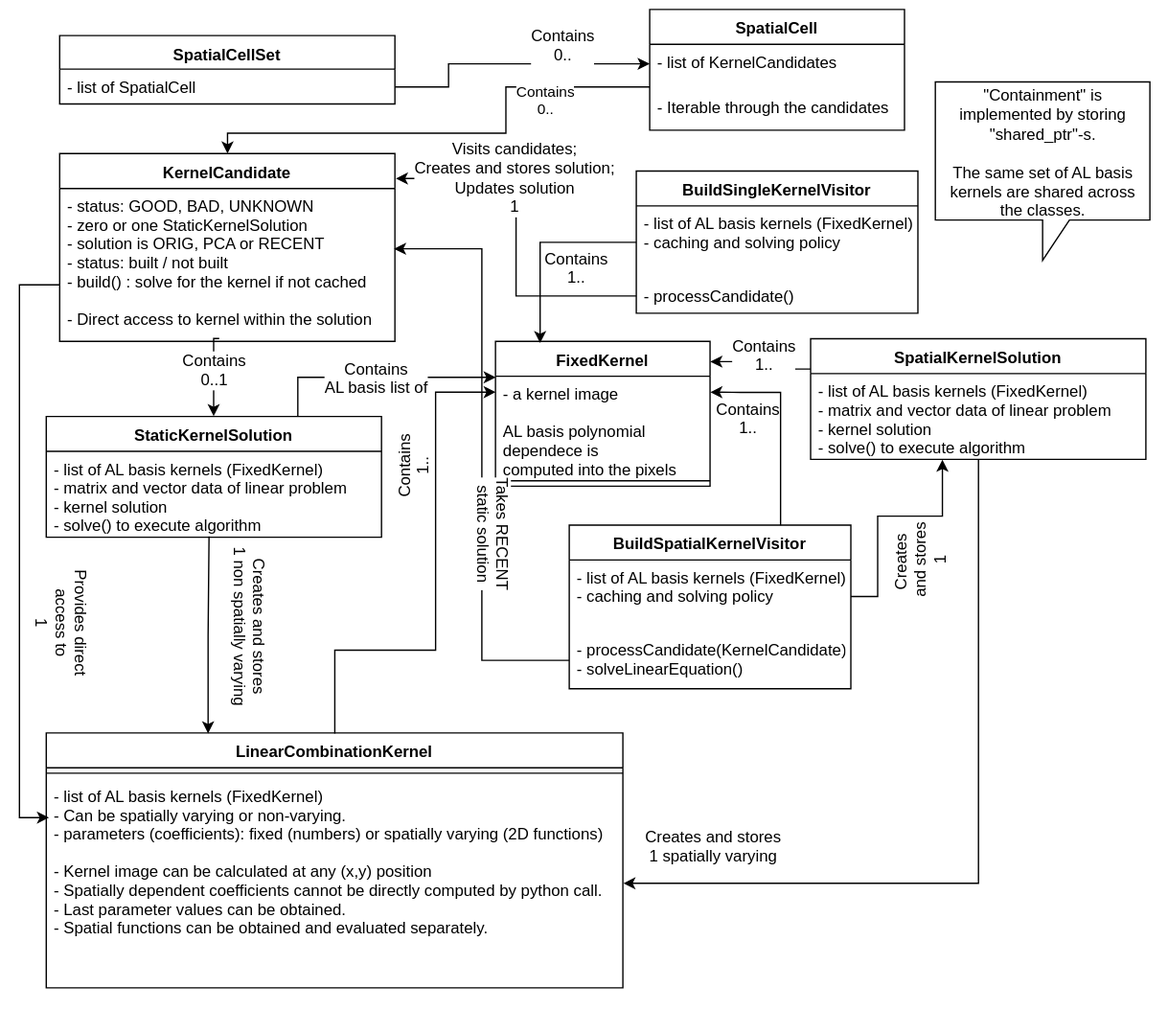
lsst-dm/diffimTests keeps this draw.io diagram as tickets/DM-19443_visualize_coefficients/AL_kernel_solution_classes.svg. Above is the earlier version. Source tidied: cells renumbered, new cells last; positions are measured from the earlier drawing's top-left corner, leaving out a move shared by most shapes.
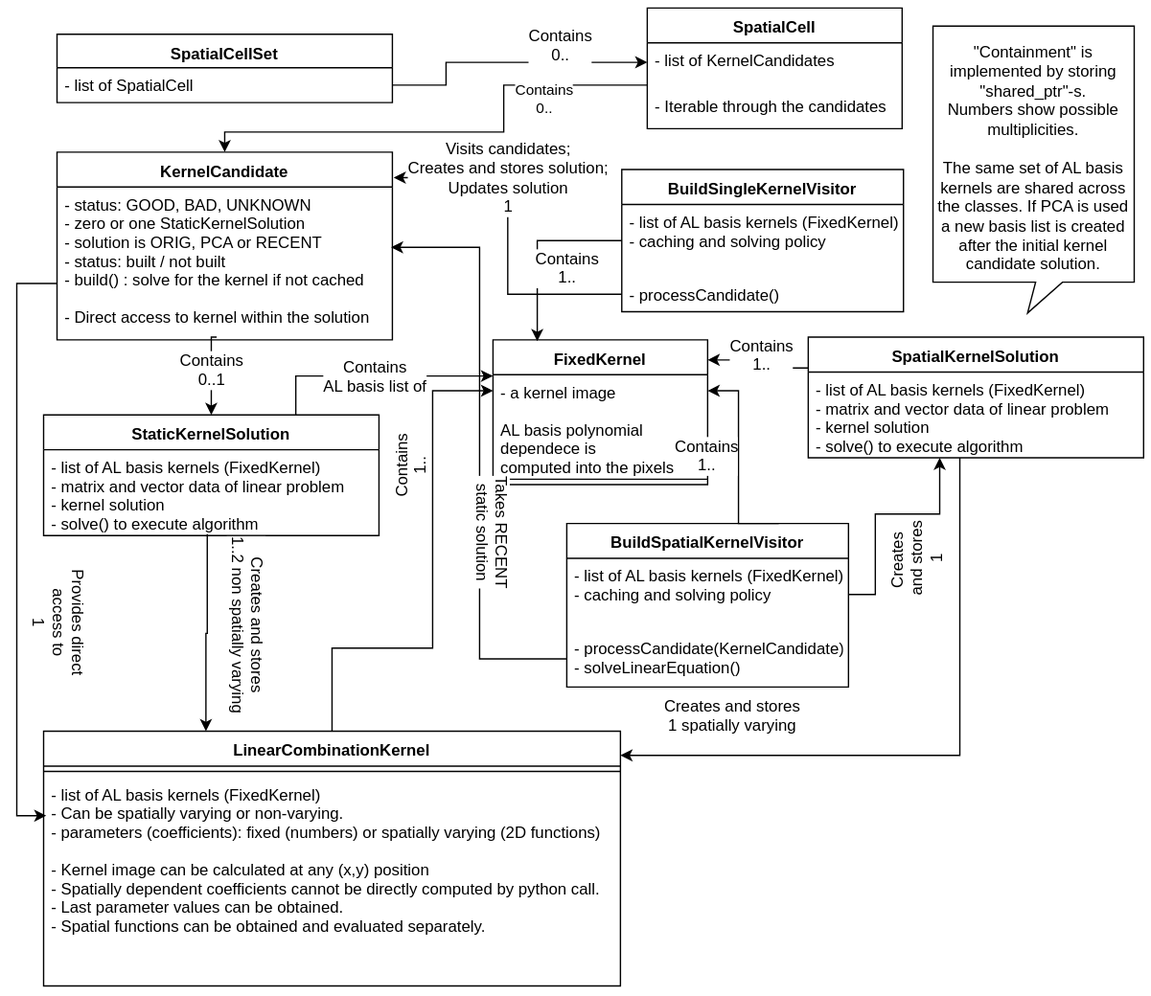
After the change.

Commit message:
Update of AL_kernel_solution_classes diagram. Final for DM-19443

The edit, as a diff of the source:
```diff
@@ -24,7 +24,7 @@
       <mxGeometry y="34" width="430" height="156" as="geometry" />
     </mxCell>
     <mxCell id="9" value="BuildSingleKernelVisitor" style="swimlane;fontStyle=1;align=center;verticalAlign=top;horizontal=1;startSize=26;" parent="1" vertex="1">
-      <mxGeometry x="460" y="121" width="210" height="106" as="geometry" />
+      <mxGeometry x="451" y="121" width="210" height="106" as="geometry" />
     </mxCell>
     <mxCell id="10" value="- list of AL basis kernels (FixedKernel)&#10;- caching and solving policy&#10;" style="text;strokeColor=none;fillColor=none;align=left;verticalAlign=top;spacingLeft=4;spacingRight=4;overflow=hidden;points=[[0,0.5],[1,0.5]];portConstraint=eastwest;" parent="9" vertex="1">
       <mxGeometry y="26" width="210" height="54" as="geometry" />
@@ -110,8 +110,12 @@
     <mxCell id="30" value="- processCandidate(KernelCandidate)&#10;- solveLinearEquation()&#10;" style="text;strokeColor=none;fillColor=none;align=left;verticalAlign=top;spacingLeft=4;spacingRight=4;overflow=hidden;points=[[0,0.5],[1,0.5]];portConstraint=eastwest;" parent="28" vertex="1">
       <mxGeometry y="80" width="210" height="42" as="geometry" />
     </mxCell>
-    <mxCell id="31" value="Creates and stores&lt;br&gt;1 spatially varying&lt;br style=&quot;font-size: 12px&quot;&gt;" style="edgeStyle=orthogonalEdgeStyle;rounded=0;jettySize=auto;html=1;entryX=1;entryY=0.5;entryDx=0;entryDy=0;fontSize=12;" parent="1" edge="1" source="34" target="8">
-      <mxGeometry x="0.77" y="-28" relative="1" as="geometry" />
+    <mxCell id="31" value="Creates and stores&lt;br&gt;1 spatially varying&lt;br style=&quot;font-size: 12px&quot;&gt;" style="edgeStyle=orthogonalEdgeStyle;rounded=0;jettySize=auto;html=1;entryX=1;entryY=0.095;entryDx=0;entryDy=0;fontSize=12;entryPerimeter=0;" parent="1" edge="1" source="34" target="6">
+      <mxGeometry x="0.65" y="-30" relative="1" as="geometry">
+        <Array as="points">
+          <mxPoint x="703" y="558" />
+        </Array>
+      </mxGeometry>
     </mxCell>
     <mxCell id="32" style="edgeStyle=orthogonalEdgeStyle;rounded=0;jettySize=auto;html=1;exitX=0;exitY=0.25;exitDx=0;exitDy=0;fontSize=12;" parent="1" edge="1" source="34">
       <mxGeometry relative="1" as="geometry">
@@ -210,19 +214,19 @@
         <mxPoint x="21.5" y="36" as="offset" />
       </mxGeometry>
     </mxCell>
-    <mxCell id="48" value="&quot;Containment&quot; is implemented by storing &quot;shared_ptr&quot;-s. &lt;br&gt;&lt;br&gt;The same set of AL basis kernels are shared across the classes.&lt;br&gt;" style="shape=callout;whiteSpace=wrap;html=1;perimeter=calloutPerimeter;" parent="1" vertex="1">
-      <mxGeometry x="683" y="54.5" width="160" height="133" as="geometry" />
+    <mxCell id="48" value="&quot;Containment&quot; is implemented by storing &quot;shared_ptr&quot;-s.&lt;br&gt;Numbers show possible multiplicities.&lt;br&gt;&lt;br&gt;The same set of AL basis kernels are shared across the classes. If PCA is used&lt;br&gt;a new basis list is created after the initial kernel candidate solution.&lt;br&gt;" style="shape=callout;whiteSpace=wrap;html=1;perimeter=calloutPerimeter;position2=0.47;size=23;position=0.51;" parent="1" vertex="1">
+      <mxGeometry x="683" y="14" width="150" height="214" as="geometry" />
     </mxCell>
     <mxCell id="49" style="edgeStyle=orthogonalEdgeStyle;rounded=0;jettySize=auto;html=1;exitX=0.486;exitY=0.991;exitDx=0;exitDy=0;exitPerimeter=0;" parent="1" edge="1" source="17">
       <mxGeometry relative="1" as="geometry">
         <mxPoint x="141" y="540" as="targetPoint" />
         <Array as="points">
+          <mxPoint x="142" y="467" />
           <mxPoint x="141" y="467" />
-          <mxPoint x="141" y="540" />
         </Array>
       </mxGeometry>
     </mxCell>
-    <mxCell id="50" value="Creates and stores&lt;br&gt;1 non spatially varying" style="text;html=1;align=center;verticalAlign=middle;labelBackgroundColor=#ffffff;rotation=90;" parent="49" vertex="1">
+    <mxCell id="50" value="Creates and stores&lt;br&gt;1..2 non spatially varying" style="text;html=1;align=center;verticalAlign=middle;labelBackgroundColor=#ffffff;rotation=90;" parent="49" vertex="1">
       <mxGeometry x="-0.3" y="1" relative="1" as="geometry">
         <mxPoint x="30.5" y="15" as="offset" />
       </mxGeometry>
```
